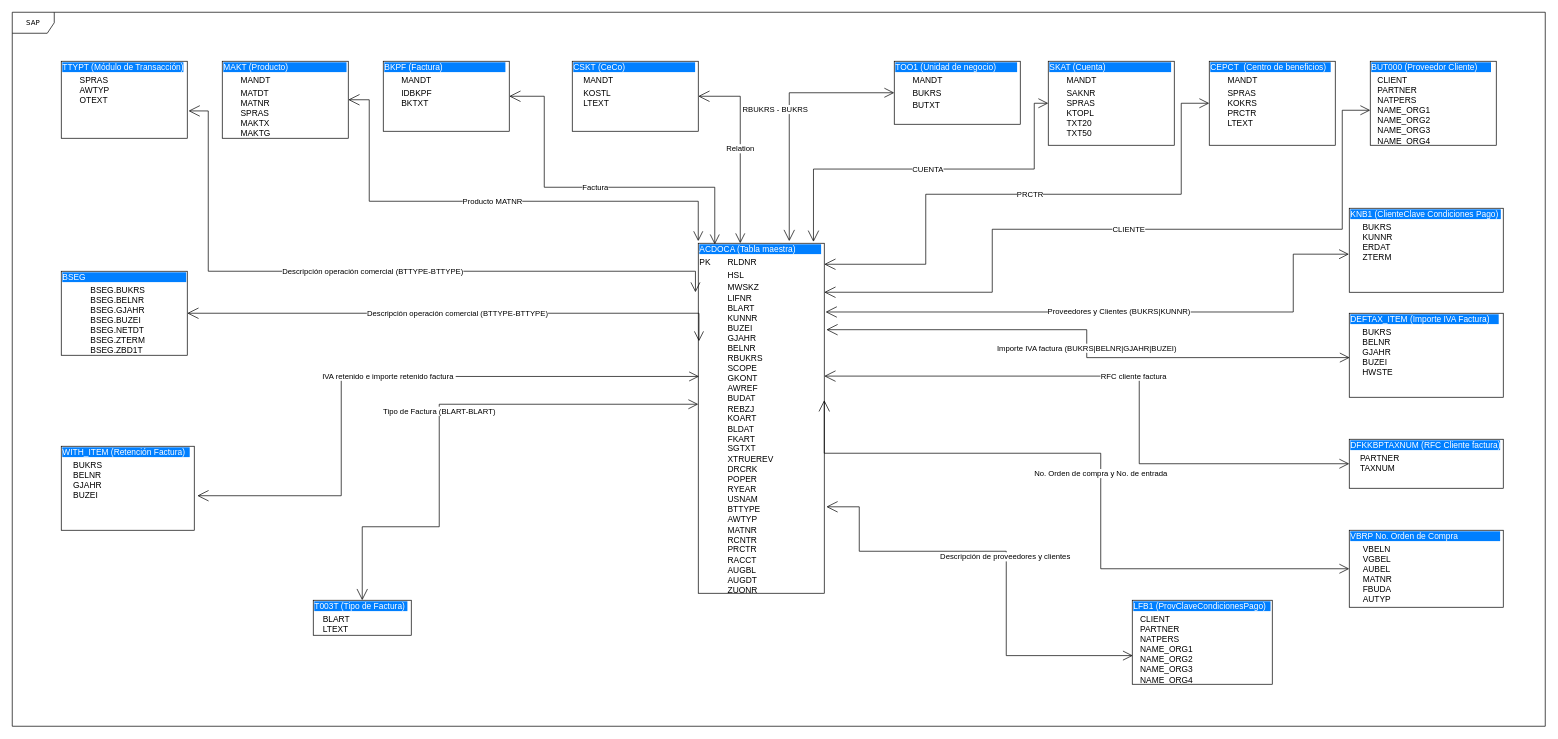
Above: DataModel/DataModel.drawio in David-hub-utn/Proceso-de-transformaci-n-de-SAP (draw.io), before the change. Source tidied: cells renumbered, new cells numbered last; positions are measured from the earlier drawing's top-left corner, leaving out a move shared by most shapes. Both pictures are drawn from the tidied source at 70%, with x=0, y=0 at pixel (12, 12).
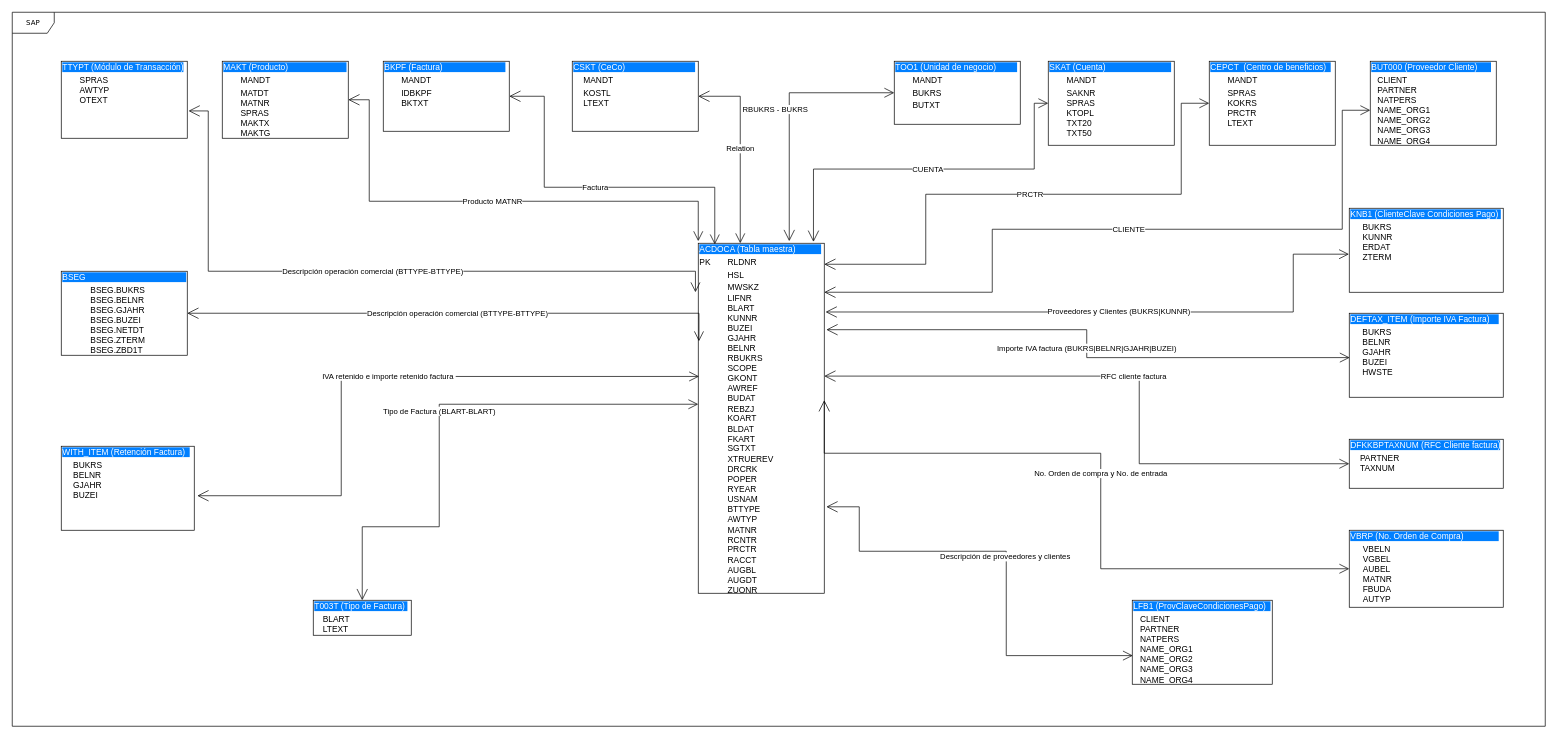
The same diagram, later.

Diff of the diagram source:
```diff
@@
-    <mxCell id="39" value="&lt;div style=&quot;box-sizing: border-box; width: 100%; background-image: initial; background-position: initial; background-size: initial; background-repeat: initial; background-attachment: initial; background-origin: initial; background-clip: initial; padding: 2px;&quot;&gt;&lt;font style=&quot;background-color: rgb(0, 127, 255);&quot; color=&quot;#ffffff&quot;&gt;VBRP No. Orden de Compra&amp;nbsp; &amp;nbsp; &amp;nbsp; &amp;nbsp; &amp;nbsp; &amp;nbsp; &amp;nbsp; &amp;nbsp; &amp;nbsp;&amp;nbsp;&lt;/font&gt;&lt;/div&gt;&lt;table style=&quot;width:100%;font-size:1em;&quot; cellpadding=&quot;2&quot; cellspacing=&quot;0&quot;&gt;&lt;tbody&gt;&lt;tr&gt;&lt;td&gt;&lt;br&gt;&lt;/td&gt;&lt;td&gt;VBELN&lt;br&gt;VGBEL&lt;br&gt;AUBEL&lt;br&gt;MATNR&lt;br&gt;FBUDA&lt;br&gt;AUTYP&lt;br&gt;&lt;br&gt;&lt;/td&gt;&lt;/tr&gt;&lt;tr&gt;&lt;td&gt;&lt;/td&gt;&lt;td&gt;&lt;br&gt;&lt;br&gt;&lt;/td&gt;&lt;/tr&gt;&lt;/tbody&gt;&lt;/table&gt;" style="verticalAlign=top;align=left;overflow=fill;html=1;" parent="1" vertex="1">
+    <mxCell id="39" value="&lt;div style=&quot;box-sizing: border-box; width: 100%; background-image: initial; background-position: initial; background-size: initial; background-repeat: initial; background-attachment: initial; background-origin: initial; background-clip: initial; padding: 2px;&quot;&gt;&lt;font style=&quot;background-color: rgb(0, 127, 255);&quot; color=&quot;#ffffff&quot;&gt;VBRP (No. Orden de Compra)&amp;nbsp; &amp;nbsp; &amp;nbsp; &amp;nbsp; &amp;nbsp; &amp;nbsp; &amp;nbsp; &amp;nbsp;&lt;/font&gt;&lt;/div&gt;&lt;table style=&quot;width:100%;font-size:1em;&quot; cellpadding=&quot;2&quot; cellspacing=&quot;0&quot;&gt;&lt;tbody&gt;&lt;tr&gt;&lt;td&gt;&lt;br&gt;&lt;/td&gt;&lt;td&gt;VBELN&lt;br&gt;VGBEL&lt;br&gt;AUBEL&lt;br&gt;MATNR&lt;br&gt;FBUDA&lt;br&gt;AUTYP&lt;br&gt;&lt;br&gt;&lt;/td&gt;&lt;/tr&gt;&lt;tr&gt;&lt;td&gt;&lt;/td&gt;&lt;td&gt;&lt;br&gt;&lt;br&gt;&lt;/td&gt;&lt;/tr&gt;&lt;/tbody&gt;&lt;/table&gt;" style="verticalAlign=top;align=left;overflow=fill;html=1;" parent="1" vertex="1">
       <mxGeometry x="1910" y="740" width="220" height="110" as="geometry" />
     </mxCell>
```
